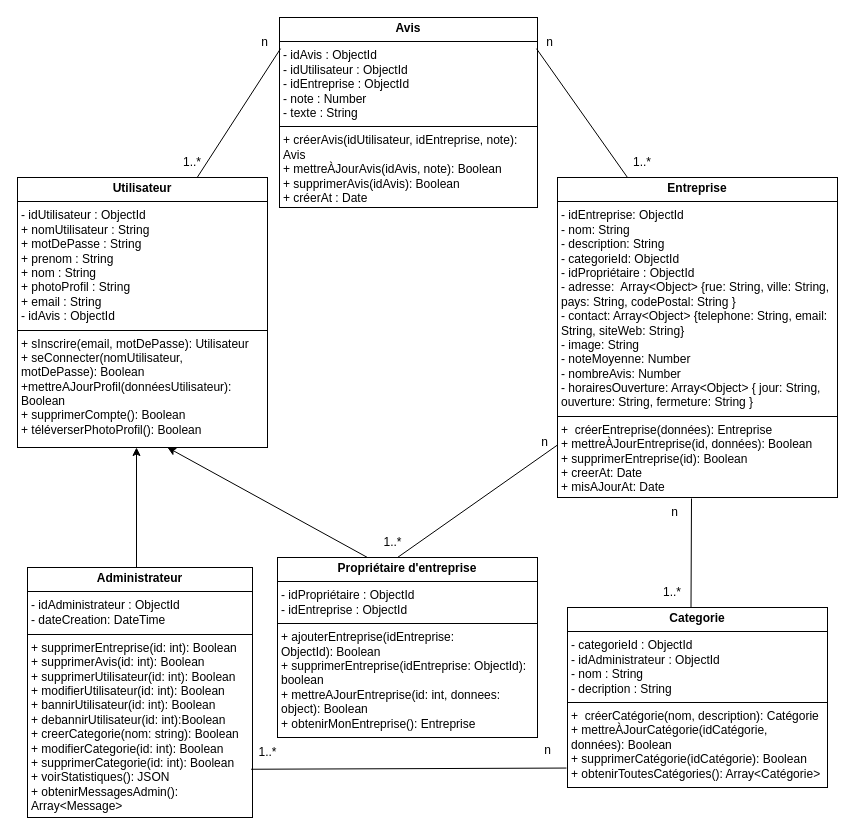
Before: classdernier.drawio.drawio in Rahma3-sys/Searchgi, a draw.io diagram. Source tidied: cells renumbered, new cells numbered last; positions are measured from the earlier drawing's top-left corner, leaving out a move shared by most shapes. Both pictures are drawn from the tidied source at 100%, with x=0, y=0 at pixel (17, 17).
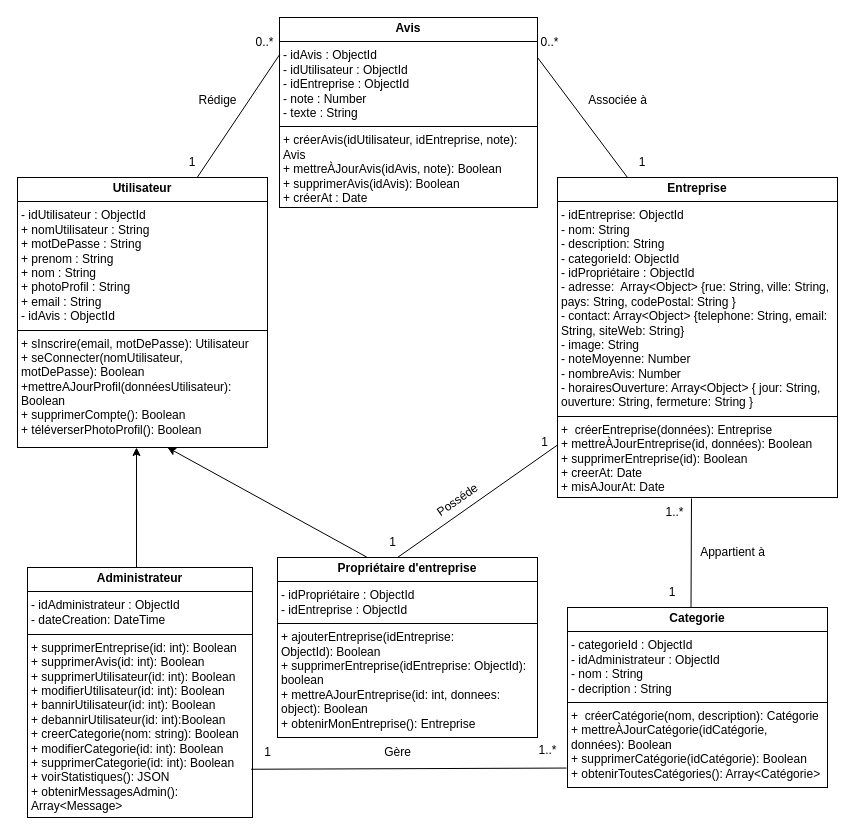
The same page after the edit.

Commit message:
Mettre à jour classdernier.drawio.drawio

The change refers to these unchanged cells:
```xml
<mxCell id="2" value="&lt;p style=&quot;margin:0px;margin-top:4px;text-align:center;&quot;&gt;&lt;b&gt;Avis&lt;/b&gt;&lt;/p&gt;&lt;hr size=&quot;1&quot; style=&quot;border-style:solid;&quot;&gt;&lt;p style=&quot;margin:0px;margin-left:4px;&quot;&gt;- idAvis : ObjectId&amp;nbsp; &amp;nbsp; &amp;nbsp; &amp;nbsp;&amp;nbsp;&lt;/p&gt;&lt;p style=&quot;margin:0px;margin-left:4px;&quot;&gt;- idUtilisateur : ObjectId&amp;nbsp; &amp;nbsp;&lt;/p&gt;&lt;p style=&quot;margin:0px;margin-left:4px;&quot;&gt;- idEntreprise : ObjectId&lt;/p&gt;&lt;p style=&quot;margin:0px;margin-left:4px;&quot;&gt;- note : Number&amp;nbsp; &amp;nbsp;&lt;/p&gt;&lt;p style=&quot;margin:0px;margin-left:4px;&quot;&gt;- texte : String&lt;/p&gt;&lt;hr size=&quot;1&quot; style=&quot;border-style:solid;&quot;&gt;&lt;p style=&quot;margin:0px;margin-left:4px;&quot;&gt;+ créerAvis(idUtilisateur, idEntreprise, note): Avis&lt;/p&gt;&lt;p style=&quot;margin:0px;margin-left:4px;&quot;&gt;+ mettreÀJourAvis(idAvis, note):&amp;nbsp;&lt;span style=&quot;background-color: transparent; color: light-dark(rgb(0, 0, 0), rgb(255, 255, 255));&quot;&gt;Boolean&amp;nbsp;&amp;nbsp;&lt;/span&gt;&lt;/p&gt;&lt;p style=&quot;margin:0px;margin-left:4px;&quot;&gt;+ supprimerAvis(idAvis):&amp;nbsp;&lt;span style=&quot;background-color: transparent; color: light-dark(rgb(0, 0, 0), rgb(255, 255, 255));&quot;&gt;Boolean&amp;nbsp;&lt;/span&gt;&lt;/p&gt;&lt;p style=&quot;margin:0px;margin-left:4px;&quot;&gt;+ créer&lt;span style=&quot;background-color: transparent; color: light-dark(rgb(0, 0, 0), rgb(255, 255, 255));&quot;&gt;At : Date&lt;/span&gt;&lt;/p&gt;" style="verticalAlign=top;align=left;overflow=fill;html=1;whiteSpace=wrap;" parent="1" vertex="1">
  <mxGeometry x="262" width="258" height="190" as="geometry" />
</mxCell>
<mxCell id="3" value="&lt;p style=&quot;margin:0px;margin-top:4px;text-align:center;&quot;&gt;&lt;b&gt;Utilisateur&lt;/b&gt;&lt;/p&gt;&lt;hr size=&quot;1&quot; style=&quot;border-style:solid;&quot;&gt;&lt;p style=&quot;margin:0px;margin-left:4px;&quot;&gt;- idUtilisateur : ObjectId&amp;nbsp; &amp;nbsp; &amp;nbsp; &amp;nbsp; &amp;nbsp;&lt;/p&gt;&lt;p style=&quot;margin:0px;margin-left:4px;&quot;&gt;+ nomUtilisateur : String&amp;nbsp; &amp;nbsp; &amp;nbsp; &amp;nbsp; &amp;nbsp; &amp;nbsp;&lt;/p&gt;&lt;p style=&quot;margin:0px;margin-left:4px;&quot;&gt;+ motDePasse : String&amp;nbsp; &amp;nbsp; &amp;nbsp; &amp;nbsp; &amp;nbsp; &amp;nbsp; &amp;nbsp;&amp;nbsp;&lt;/p&gt;&lt;p style=&quot;margin:0px;margin-left:4px;&quot;&gt;+ prenom : String&amp;nbsp; &amp;nbsp; &amp;nbsp; &amp;nbsp; &amp;nbsp; &amp;nbsp; &amp;nbsp; &amp;nbsp; &amp;nbsp; &amp;nbsp;&lt;/p&gt;&lt;p style=&quot;margin:0px;margin-left:4px;&quot;&gt;+ nom : String&amp;nbsp; &amp;nbsp; &amp;nbsp; &amp;nbsp; &amp;nbsp; &amp;nbsp; &amp;nbsp; &amp;nbsp; &amp;nbsp; &amp;nbsp;&amp;nbsp;&lt;/p&gt;&lt;p style=&quot;margin:0px;margin-left:4px;&quot;&gt;&lt;span style=&quot;background-color: transparent;&quot;&gt;+ photoProfil : String&amp;nbsp;&amp;nbsp;&lt;/span&gt;&lt;/p&gt;&lt;p style=&quot;margin:0px;margin-left:4px;&quot;&gt;&lt;span style=&quot;background-color: transparent; color: light-dark(rgb(0, 0, 0), rgb(255, 255, 255));&quot;&gt;+ email : String&amp;nbsp;&lt;/span&gt;&lt;/p&gt;&lt;p style=&quot;margin:0px;margin-left:4px;&quot;&gt;&lt;span style=&quot;background-color: transparent; color: light-dark(rgb(0, 0, 0), rgb(255, 255, 255));&quot;&gt;- idAvis : ObjectId&lt;br&gt;&lt;/span&gt;&lt;/p&gt;&lt;hr size=&quot;1&quot; style=&quot;border-style:solid;&quot;&gt;&lt;p style=&quot;margin:0px;margin-left:4px;&quot;&gt;+ sInscrire(email, motDePasse): Utilisateur&amp;nbsp;&amp;nbsp;&lt;/p&gt;&lt;p style=&quot;margin:0px;margin-left:4px;&quot;&gt;+ seConnecter(nomUtilisateur, motDePasse):&amp;nbsp;&lt;span style=&quot;background-color: transparent; color: light-dark(rgb(0, 0, 0), rgb(255, 255, 255));&quot;&gt;Boolean&amp;nbsp;&amp;nbsp;&lt;/span&gt;&lt;/p&gt;&lt;p style=&quot;margin:0px;margin-left:4px;&quot;&gt;&lt;span style=&quot;background-color: transparent; color: light-dark(rgb(0, 0, 0), rgb(255, 255, 255));&quot;&gt;+mettreAJourProfil(donnéesUtilisateur):&amp;nbsp;&lt;/span&gt;&lt;/p&gt;&lt;p style=&quot;margin:0px;margin-left:4px;&quot;&gt;&lt;span style=&quot;background-color: transparent; color: light-dark(rgb(0, 0, 0), rgb(255, 255, 255));&quot;&gt;Boolean&amp;nbsp;&amp;nbsp;&lt;/span&gt;&lt;/p&gt;&lt;p style=&quot;margin:0px;margin-left:4px;&quot;&gt;&lt;span style=&quot;background-color: transparent; color: light-dark(rgb(0, 0, 0), rgb(255, 255, 255));&quot;&gt;+ supprimerCompte():&amp;nbsp;&lt;/span&gt;&lt;span style=&quot;background-color: transparent; color: light-dark(rgb(0, 0, 0), rgb(255, 255, 255));&quot;&gt;Boolean&amp;nbsp;&amp;nbsp;&lt;/span&gt;&lt;/p&gt;&lt;p style=&quot;margin:0px;margin-left:4px;&quot;&gt;+ téléverserPhotoProfil():&amp;nbsp;&lt;span style=&quot;background-color: transparent; color: light-dark(rgb(0, 0, 0), rgb(255, 255, 255));&quot;&gt;Boolean&amp;nbsp;&amp;nbsp;&lt;/span&gt;&lt;/p&gt;" style="verticalAlign=top;align=left;overflow=fill;html=1;whiteSpace=wrap;" parent="1" vertex="1">
  <mxGeometry y="160" width="250" height="270" as="geometry" />
</mxCell>
<mxCell id="5" value="&lt;p style=&quot;margin:0px;margin-top:4px;text-align:center;&quot;&gt;&lt;b&gt;Entreprise&lt;/b&gt;&lt;/p&gt;&lt;hr size=&quot;1&quot; style=&quot;border-style:solid;&quot;&gt;&lt;p style=&quot;margin:0px;margin-left:4px;&quot;&gt;&lt;span style=&quot;background-color: transparent;&quot;&gt;- idEntreprise: ObjectId&amp;nbsp; &amp;nbsp; &amp;nbsp; &amp;nbsp; &amp;nbsp; &amp;nbsp; &amp;nbsp; &amp;nbsp;&amp;nbsp;&lt;/span&gt;&lt;/p&gt;&lt;p style=&quot;margin:0px;margin-left:4px;&quot;&gt;- nom: String&amp;nbsp; &amp;nbsp; &amp;nbsp; &amp;nbsp; &amp;nbsp; &amp;nbsp; &amp;nbsp; &amp;nbsp; &amp;nbsp;&amp;nbsp;&lt;/p&gt;&lt;p style=&quot;margin:0px;margin-left:4px;&quot;&gt;- description: String&amp;nbsp; &amp;nbsp; &amp;nbsp; &amp;nbsp; &amp;nbsp;&amp;nbsp;&lt;/p&gt;&lt;p style=&quot;margin:0px;margin-left:4px;&quot;&gt;- categorieId: ObjectId&lt;/p&gt;&lt;p style=&quot;margin:0px;margin-left:4px;&quot;&gt;- idPropriétaire&amp;nbsp;: ObjectId&lt;/p&gt;&lt;p style=&quot;margin:0px;margin-left:4px;&quot;&gt;- adresse:&amp;nbsp; Array&amp;lt;Object&amp;gt; {rue: String, ville: String, pays: String, codePostal: String }&lt;/p&gt;&lt;p style=&quot;margin:0px;margin-left:4px;&quot;&gt;- contact: Array&amp;lt;Object&amp;gt; {telephone: String, email: String, siteWeb: String}&lt;/p&gt;&lt;p style=&quot;margin:0px;margin-left:4px;&quot;&gt;- image: String&lt;/p&gt;&lt;p style=&quot;margin:0px;margin-left:4px;&quot;&gt;- noteMoyenne: Number&lt;/p&gt;&lt;p style=&quot;margin:0px;margin-left:4px;&quot;&gt;- nombreAvis: Number&lt;/p&gt;&lt;p style=&quot;margin:0px;margin-left:4px;&quot;&gt;- horairesOuverture: Array&amp;lt;Object&amp;gt; { jour: String, ouverture: String, fermeture: String }&lt;br&gt;&lt;/p&gt;&lt;hr size=&quot;1&quot; style=&quot;border-style:solid;&quot;&gt;&lt;p style=&quot;margin:0px;margin-left:4px;&quot;&gt;+&amp;nbsp;&lt;span style=&quot;background-color: transparent;&quot;&gt;&amp;nbsp;créer&lt;/span&gt;Entreprise&lt;span style=&quot;background-color: transparent;&quot;&gt;(données):&amp;nbsp;&lt;/span&gt;&lt;span style=&quot;background-color: transparent; color: light-dark(rgb(0, 0, 0), rgb(255, 255, 255));&quot;&gt;Entreprise&lt;/span&gt;&lt;/p&gt;&lt;p style=&quot;margin:0px;margin-left:4px;&quot;&gt;+ mettreÀJourEntreprise(id, données):&amp;nbsp;&lt;span style=&quot;background-color: transparent; color: light-dark(rgb(0, 0, 0), rgb(255, 255, 255));&quot;&gt;Boolean&amp;nbsp;&amp;nbsp;&lt;/span&gt;&lt;/p&gt;&lt;p style=&quot;margin:0px;margin-left:4px;&quot;&gt;+ supprimerEntreprise(id):&amp;nbsp;&lt;span style=&quot;background-color: transparent; color: light-dark(rgb(0, 0, 0), rgb(255, 255, 255));&quot;&gt;Boolean&amp;nbsp;&amp;nbsp;&lt;/span&gt;&lt;/p&gt;&lt;p style=&quot;margin:0px;margin-left:4px;&quot;&gt;&lt;span style=&quot;background-color: transparent; color: light-dark(rgb(0, 0, 0), rgb(255, 255, 255));&quot;&gt;+ creerAt: Date&lt;/span&gt;&lt;/p&gt;&lt;p style=&quot;margin: 0px 0px 0px 4px;&quot;&gt;&lt;span style=&quot;background-color: transparent; color: light-dark(rgb(0, 0, 0), rgb(255, 255, 255));&quot;&gt;+ misAJourAt: Date&amp;nbsp; &amp;nbsp;&lt;/span&gt;&lt;/p&gt;" style="verticalAlign=top;align=left;overflow=fill;html=1;whiteSpace=wrap;" parent="1" vertex="1">
  <mxGeometry x="540" y="160" width="280" height="320" as="geometry" />
</mxCell>
```

What changed in the source:
```diff
@@
-    <mxCell id="6" style="endArrow=none;html=1;rounded=0;entryX=0.25;entryY=0;entryDx=0;entryDy=0;exitX=0.996;exitY=0.164;exitDx=0;exitDy=0;exitPerimeter=0;" parent="1" edge="1" source="2" target="5">
+    <mxCell id="6" style="endArrow=none;html=1;rounded=0;entryX=0.25;entryY=0;entryDx=0;entryDy=0;exitX=0;exitY=1;exitDx=0;exitDy=0;" parent="1" edge="1" source="13" target="5">
       <mxGeometry relative="1" as="geometry" />
     </mxCell>
@@
-    <mxCell id="9" value="1..*" style="text;html=1;align=center;verticalAlign=middle;whiteSpace=wrap;rounded=0;" parent="1" vertex="1">
+    <mxCell id="9" value="1" style="text;html=1;align=center;verticalAlign=middle;whiteSpace=wrap;rounded=0;" parent="1" vertex="1">
       <mxGeometry x="640" y="560" width="30" height="30" as="geometry" />
     </mxCell>
@@
-    <mxCell id="11" value="n" style="text;html=1;align=center;verticalAlign=middle;whiteSpace=wrap;rounded=0;" parent="1" vertex="1">
+    <mxCell id="11" value="1..*" style="text;html=1;align=center;verticalAlign=middle;whiteSpace=wrap;rounded=0;" parent="1" vertex="1">
       <mxGeometry x="645" y="480" width="25" height="30" as="geometry" />
     </mxCell>
-    <mxCell id="12" value="n" style="text;html=1;align=center;verticalAlign=middle;whiteSpace=wrap;rounded=0;" parent="1" vertex="1">
+    <mxCell id="12" value="0..*" style="text;html=1;align=center;verticalAlign=middle;whiteSpace=wrap;rounded=0;" parent="1" vertex="1">
       <mxGeometry x="235" y="10" width="25" height="30" as="geometry" />
     </mxCell>
-    <mxCell id="13" value="n" style="text;html=1;align=center;verticalAlign=middle;whiteSpace=wrap;rounded=0;" parent="1" vertex="1">
+    <mxCell id="13" value="0..*" style="text;html=1;align=center;verticalAlign=middle;whiteSpace=wrap;rounded=0;" parent="1" vertex="1">
       <mxGeometry x="520" y="10" width="25" height="30" as="geometry" />
     </mxCell>
-    <mxCell id="14" value="n" style="text;html=1;align=center;verticalAlign=middle;whiteSpace=wrap;rounded=0;" parent="1" vertex="1">
+    <mxCell id="14" value="1" style="text;html=1;align=center;verticalAlign=middle;whiteSpace=wrap;rounded=0;" parent="1" vertex="1">
       <mxGeometry x="515" y="410" width="25" height="30" as="geometry" />
     </mxCell>
-    <mxCell id="15" value="1..*" style="text;html=1;align=center;verticalAlign=middle;whiteSpace=wrap;rounded=0;" parent="1" vertex="1">
+    <mxCell id="15" value="1" style="text;html=1;align=center;verticalAlign=middle;whiteSpace=wrap;rounded=0;" parent="1" vertex="1">
       <mxGeometry x="160" y="130" width="30" height="30" as="geometry" />
     </mxCell>
-    <mxCell id="16" value="1..*" style="text;html=1;align=center;verticalAlign=middle;whiteSpace=wrap;rounded=0;" parent="1" vertex="1">
+    <mxCell id="16" value="1" style="text;html=1;align=center;verticalAlign=middle;whiteSpace=wrap;rounded=0;" parent="1" vertex="1">
       <mxGeometry x="610" y="130" width="30" height="30" as="geometry" />
     </mxCell>
-    <mxCell id="17" style="endArrow=none;html=1;rounded=0;exitX=0.718;exitY=0.001;exitDx=0;exitDy=0;exitPerimeter=0;entryX=0.004;entryY=0.164;entryDx=0;entryDy=0;entryPerimeter=0;" parent="1" edge="1" source="3" target="2">
+    <mxCell id="17" style="endArrow=none;html=1;rounded=0;exitX=0.718;exitY=0.001;exitDx=0;exitDy=0;exitPerimeter=0;entryX=1.093;entryY=0.893;entryDx=0;entryDy=0;entryPerimeter=0;" parent="1" edge="1" source="3" target="12">
       <mxGeometry relative="1" as="geometry" />
     </mxCell>
@@
-    <mxCell id="21" value="&lt;span style=&quot;text-wrap-mode: wrap;&quot;&gt;1..*&lt;/span&gt;" style="text;html=1;align=center;verticalAlign=middle;strokeColor=none;fillColor=none;" parent="1" vertex="1">
-      <mxGeometry x="355" y="510" width="40" height="30" as="geometry" />
+    <mxCell id="21" value="&lt;span style=&quot;text-wrap-mode: wrap;&quot;&gt;1&lt;/span&gt;" style="text;html=1;align=center;verticalAlign=middle;strokeColor=none;fillColor=none;" parent="1" vertex="1">
+      <mxGeometry x="360" y="510" width="30" height="30" as="geometry" />
     </mxCell>
@@
-    <mxCell id="23" value="&lt;span style=&quot;text-wrap-mode: wrap;&quot;&gt;1..*&lt;/span&gt;" style="text;html=1;align=center;verticalAlign=middle;strokeColor=none;fillColor=none;" parent="1" vertex="1">
-      <mxGeometry x="230" y="720" width="40" height="30" as="geometry" />
+    <mxCell id="23" value="&lt;span style=&quot;text-wrap-mode: wrap;&quot;&gt;1&lt;/span&gt;" style="text;html=1;align=center;verticalAlign=middle;strokeColor=none;fillColor=none;" parent="1" vertex="1">
+      <mxGeometry x="235" y="720" width="30" height="30" as="geometry" />
     </mxCell>
-    <mxCell id="24" value="n" style="text;html=1;align=center;verticalAlign=middle;strokeColor=none;fillColor=none;" parent="1" vertex="1">
-      <mxGeometry x="515" y="718" width="30" height="30" as="geometry" />
+    <mxCell id="24" value="1..*" style="text;html=1;align=center;verticalAlign=middle;strokeColor=none;fillColor=none;" parent="1" vertex="1">
+      <mxGeometry x="510" y="718" width="40" height="30" as="geometry" />
     </mxCell>
+    <mxCell id="25" value="Posséde" style="text;html=1;align=center;verticalAlign=middle;strokeColor=none;fillColor=none;rotation=-35;" parent="1" vertex="1">
+      <mxGeometry x="405" y="468" width="70" height="30" as="geometry" />
+    </mxCell>
+    <mxCell id="26" value="Appartient à" style="text;html=1;align=center;verticalAlign=middle;strokeColor=none;fillColor=none;rotation=0;" parent="1" vertex="1">
+      <mxGeometry x="670" y="520" width="90" height="30" as="geometry" />
+    </mxCell>
+    <mxCell id="27" value="&lt;p&gt;Rédige&lt;/p&gt;" style="text;html=1;align=center;verticalAlign=middle;strokeColor=none;fillColor=none;" parent="1" vertex="1">
+      <mxGeometry x="170" y="58" width="60" height="50" as="geometry" />
+    </mxCell>
+    <mxCell id="28" value="Associée à" style="text;html=1;align=center;verticalAlign=middle;strokeColor=none;fillColor=none;" parent="1" vertex="1">
+      <mxGeometry x="560" y="68" width="80" height="30" as="geometry" />
+    </mxCell>
+    <mxCell id="29" value="Gère" style="text;html=1;align=center;verticalAlign=middle;strokeColor=none;fillColor=none;" parent="1" vertex="1">
+      <mxGeometry x="355" y="720" width="50" height="30" as="geometry" />
+    </mxCell>
```
